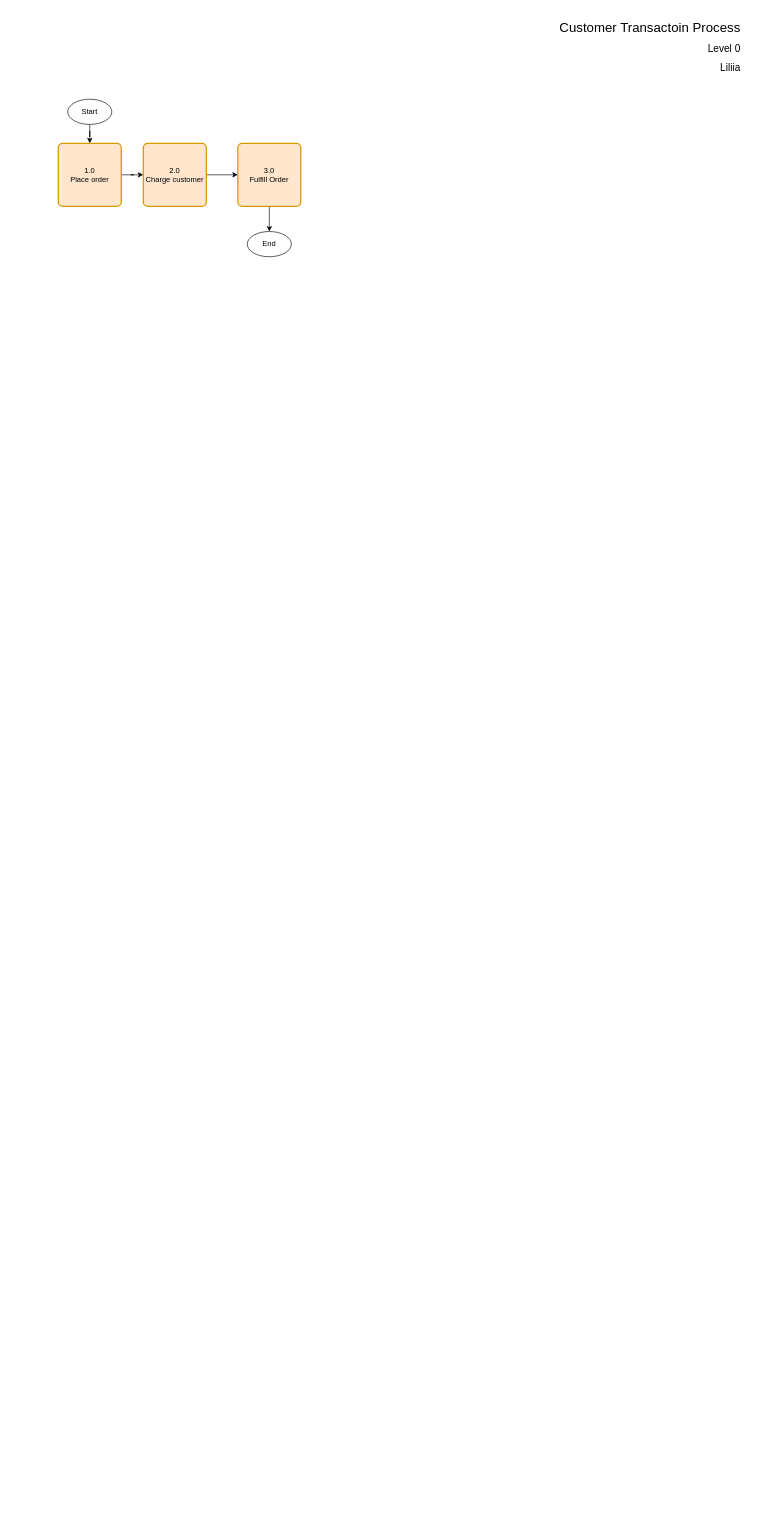
lil971/FirstRepository keeps this draw.io diagram as page "Levels" (1 of 2) of Untitled Diagram_2.drawio. Above is the earlier version. Source tidied: cells renumbered, new cells numbered last; positions are measured from the earlier drawing's top-left corner, leaving out a move shared by most shapes. Both pictures are drawn from the tidied source at 63%, with x=0, y=0 at pixel (23, 11).
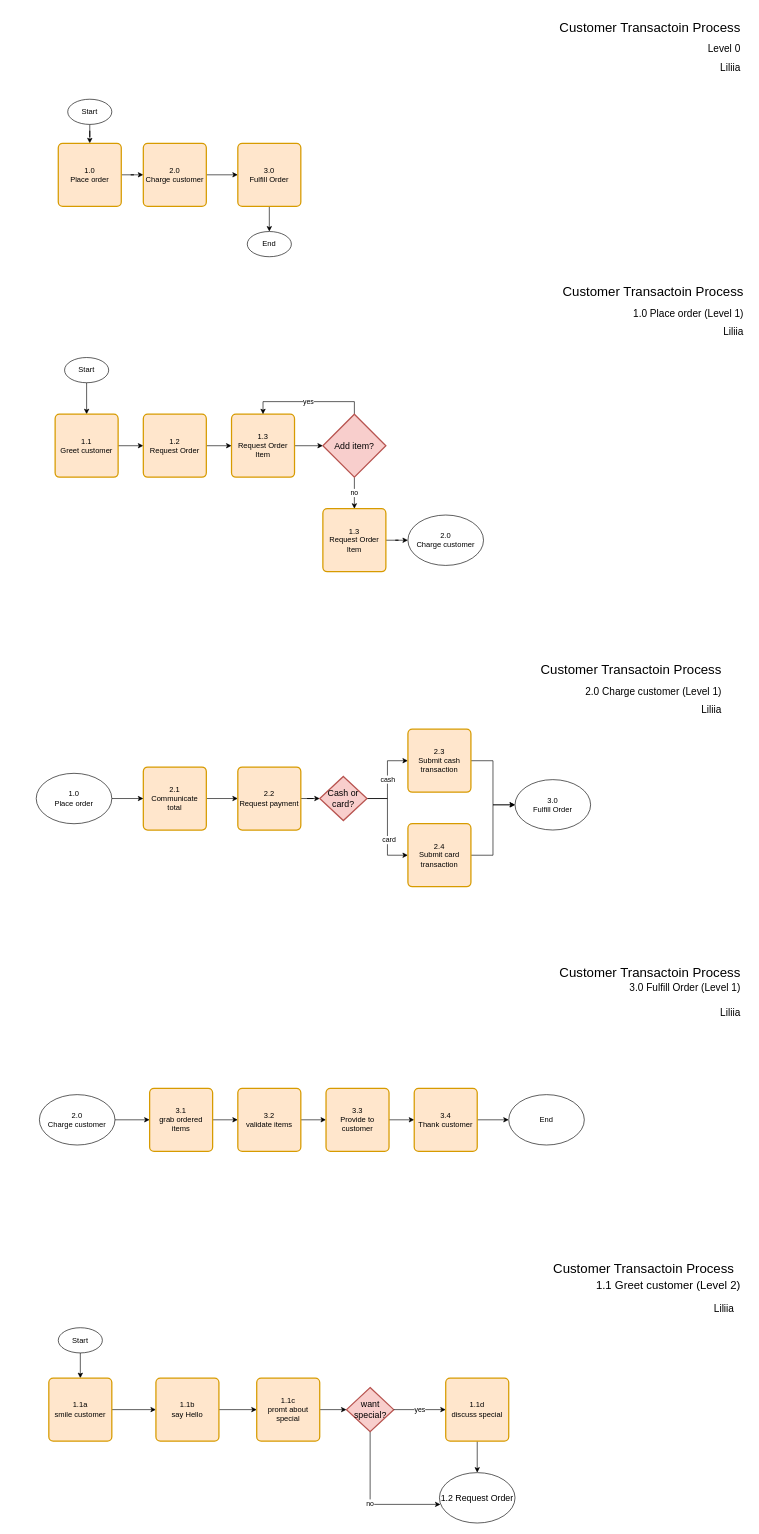
After the change.

Change to the diagram source:
```diff
@@
+    <mxCell id="15" value="&lt;font style=&quot;font-size: 21px&quot;&gt;Customer Transactoin Process&lt;/font&gt;" style="rounded=0;whiteSpace=wrap;html=1;strokeColor=none;fillColor=#FFFFFF;fontSize=12;align=right;" parent="1" vertex="1">
+      <mxGeometry x="15" y="420" width="1130" height="50" as="geometry" />
+    </mxCell>
+    <mxCell id="16" value="&lt;span style=&quot;font-size: 16px&quot;&gt;Liliia&lt;/span&gt;" style="rounded=0;whiteSpace=wrap;html=1;strokeColor=none;fillColor=#FFFFFF;fontSize=12;align=right;" parent="1" vertex="1">
+      <mxGeometry x="25" y="499" width="1120" height="20" as="geometry" />
+    </mxCell>
+    <mxCell id="17" value="&lt;span style=&quot;font-size: 16px&quot;&gt;1.0 Place order&amp;nbsp;&lt;/span&gt;&lt;span style=&quot;font-size: 16px&quot;&gt;(&lt;/span&gt;&lt;span style=&quot;font-size: 16px&quot;&gt;Level 1)&lt;/span&gt;" style="rounded=0;whiteSpace=wrap;html=1;strokeColor=none;fillColor=#FFFFFF;fontSize=12;align=right;" parent="1" vertex="1">
+      <mxGeometry x="25" y="470" width="1120" height="20" as="geometry" />
+    </mxCell>
+    <mxCell id="18" value="&lt;font style=&quot;font-size: 21px&quot;&gt;Customer Transactoin Process&lt;/font&gt;" style="rounded=0;whiteSpace=wrap;html=1;strokeColor=none;fillColor=#FFFFFF;fontSize=12;align=right;" parent="1" vertex="1">
+      <mxGeometry x="-20" y="1020" width="1130" height="50" as="geometry" />
+    </mxCell>
+    <mxCell id="19" value="&lt;span style=&quot;font-size: 16px&quot;&gt;Liliia&lt;/span&gt;" style="rounded=0;whiteSpace=wrap;html=1;strokeColor=none;fillColor=#FFFFFF;fontSize=12;align=right;" parent="1" vertex="1">
+      <mxGeometry x="-10" y="1099" width="1120" height="20" as="geometry" />
+    </mxCell>
+    <mxCell id="20" value="&lt;span style=&quot;font-size: 16px&quot;&gt;2.0 Charge customer&amp;nbsp;&lt;/span&gt;&lt;span style=&quot;font-size: 16px&quot;&gt;(&lt;/span&gt;&lt;span style=&quot;font-size: 16px&quot;&gt;Level 1)&lt;/span&gt;" style="rounded=0;whiteSpace=wrap;html=1;strokeColor=none;fillColor=#FFFFFF;fontSize=12;align=right;" parent="1" vertex="1">
+      <mxGeometry x="-10" y="1070" width="1120" height="20" as="geometry" />
+    </mxCell>
+    <mxCell id="21" style="edgeStyle=orthogonalEdgeStyle;rounded=0;jettySize=auto;html=1;" parent="1" edge="1" source="22" target="43">
+      <mxGeometry relative="1" as="geometry" />
+    </mxCell>
+    <mxCell id="22" value="2.1&lt;br&gt;Communicate total" style="rounded=1;whiteSpace=wrap;html=1;absoluteArcSize=1;arcSize=14;strokeWidth=2;fillColor=#ffe6cc;strokeColor=#d79b00;" parent="1" vertex="1">
+      <mxGeometry x="190" y="1200" width="100" height="100" as="geometry" />
+    </mxCell>
+    <mxCell id="23" style="edgeStyle=orthogonalEdgeStyle;rounded=0;jettySize=auto;html=1;" parent="1" edge="1" source="24" target="26">
+      <mxGeometry relative="1" as="geometry" />
+    </mxCell>
+    <mxCell id="24" value="Start" style="ellipse;whiteSpace=wrap;html=1;" parent="1" vertex="1">
+      <mxGeometry x="65" y="550" width="70" height="40" as="geometry" />
+    </mxCell>
+    <mxCell id="25" style="edgeStyle=orthogonalEdgeStyle;rounded=0;jettySize=auto;html=1;" parent="1" edge="1" source="26" target="28">
+      <mxGeometry relative="1" as="geometry" />
+    </mxCell>
+    <mxCell id="26" value="1.1&lt;br&gt;Greet customer" style="rounded=1;whiteSpace=wrap;html=1;absoluteArcSize=1;arcSize=14;strokeWidth=2;fillColor=#ffe6cc;strokeColor=#d79b00;" parent="1" vertex="1">
+      <mxGeometry x="50" y="640" width="100" height="100" as="geometry" />
+    </mxCell>
+    <mxCell id="27" style="edgeStyle=orthogonalEdgeStyle;rounded=0;jettySize=auto;html=1;" parent="1" edge="1" source="28" target="30">
+      <mxGeometry relative="1" as="geometry" />
+    </mxCell>
+    <mxCell id="28" value="1.2&lt;br&gt;Request Order" style="rounded=1;whiteSpace=wrap;html=1;absoluteArcSize=1;arcSize=14;strokeWidth=2;fillColor=#ffe6cc;strokeColor=#d79b00;" parent="1" vertex="1">
+      <mxGeometry x="190" y="640" width="100" height="100" as="geometry" />
+    </mxCell>
+    <mxCell id="29" style="edgeStyle=orthogonalEdgeStyle;rounded=0;jettySize=auto;html=1;" parent="1" edge="1" source="30" target="36">
+      <mxGeometry relative="1" as="geometry" />
+    </mxCell>
+    <mxCell id="30" value="1.3&lt;br&gt;Request Order Item" style="rounded=1;whiteSpace=wrap;html=1;absoluteArcSize=1;arcSize=14;strokeWidth=2;fillColor=#ffe6cc;strokeColor=#d79b00;" parent="1" vertex="1">
+      <mxGeometry x="330" y="640" width="100" height="100" as="geometry" />
+    </mxCell>
+    <mxCell id="31" value="&lt;span&gt;2.0&lt;/span&gt;&lt;br&gt;&lt;span&gt;Charge customer&lt;/span&gt;" style="ellipse;whiteSpace=wrap;html=1;" parent="1" vertex="1">
+      <mxGeometry x="610" y="800" width="120" height="80" as="geometry" />
+    </mxCell>
+    <mxCell id="32" style="edgeStyle=orthogonalEdgeStyle;rounded=0;jettySize=auto;html=1;" parent="1" edge="1" source="33" target="31">
+      <mxGeometry relative="1" as="geometry" />
+    </mxCell>
+    <mxCell id="33" value="1.3&lt;br&gt;Request Order Item" style="rounded=1;whiteSpace=wrap;html=1;absoluteArcSize=1;arcSize=14;strokeWidth=2;fillColor=#ffe6cc;strokeColor=#d79b00;" parent="1" vertex="1">
+      <mxGeometry x="475" y="790" width="100" height="100" as="geometry" />
+    </mxCell>
+    <mxCell id="34" value="no" style="edgeStyle=orthogonalEdgeStyle;rounded=0;jettySize=auto;html=1;" parent="1" edge="1" source="36" target="33">
+      <mxGeometry relative="1" as="geometry" />
+    </mxCell>
+    <mxCell id="35" value="yes" style="edgeStyle=orthogonalEdgeStyle;rounded=0;jettySize=auto;html=1;entryX=0.5;entryY=0;entryDx=0;entryDy=0;exitX=0.5;exitY=0;exitDx=0;exitDy=0;exitPerimeter=0;" parent="1" edge="1" source="36" target="30">
+      <mxGeometry relative="1" as="geometry" />
+    </mxCell>
+    <mxCell id="36" value="&lt;font style=&quot;font-size: 14px&quot;&gt;Add item?&lt;/font&gt;" style="strokeWidth=2;html=1;shape=mxgraph.flowchart.decision;whiteSpace=wrap;fillColor=#f8cecc;strokeColor=#b85450;" parent="1" vertex="1">
+      <mxGeometry x="475" y="640" width="100" height="100" as="geometry" />
+    </mxCell>
+    <mxCell id="37" value="&lt;font style=&quot;font-size: 21px&quot;&gt;Customer Transactoin Process&lt;/font&gt;" style="rounded=0;whiteSpace=wrap;html=1;strokeColor=none;fillColor=#FFFFFF;fontSize=12;align=right;" parent="1" vertex="1">
+      <mxGeometry x="10" y="1500" width="1130" height="50" as="geometry" />
+    </mxCell>
+    <mxCell id="38" value="&lt;span style=&quot;font-size: 16px&quot;&gt;Liliia&lt;/span&gt;" style="rounded=0;whiteSpace=wrap;html=1;strokeColor=none;fillColor=#FFFFFF;fontSize=12;align=right;" parent="1" vertex="1">
+      <mxGeometry x="20" y="1579" width="1120" height="20" as="geometry" />
+    </mxCell>
+    <mxCell id="39" value="&lt;span style=&quot;font-size: 16px&quot;&gt;3.0 Fulfill Order (&lt;/span&gt;&lt;span style=&quot;font-size: 16px&quot;&gt;Level 1)&lt;/span&gt;&lt;span style=&quot;font-size: 16px&quot;&gt;&lt;br&gt;&amp;nbsp;&lt;/span&gt;" style="rounded=0;whiteSpace=wrap;html=1;strokeColor=none;fillColor=#FFFFFF;fontSize=12;align=right;" parent="1" vertex="1">
+      <mxGeometry x="20" y="1550" width="1120" height="20" as="geometry" />
+    </mxCell>
+    <mxCell id="40" style="edgeStyle=orthogonalEdgeStyle;rounded=0;jettySize=auto;html=1;" parent="1" edge="1" source="41" target="22">
+      <mxGeometry relative="1" as="geometry" />
+    </mxCell>
+    <mxCell id="41" value="1.0&lt;br&gt;Place order" style="ellipse;whiteSpace=wrap;html=1;" parent="1" vertex="1">
+      <mxGeometry x="20" y="1210" width="120" height="80" as="geometry" />
+    </mxCell>
+    <mxCell id="42" style="edgeStyle=orthogonalEdgeStyle;rounded=0;jettySize=auto;html=1;" parent="1" edge="1" source="43" target="47">
+      <mxGeometry relative="1" as="geometry" />
+    </mxCell>
+    <mxCell id="43" value="2.2&lt;br&gt;Request payment" style="rounded=1;whiteSpace=wrap;html=1;absoluteArcSize=1;arcSize=14;strokeWidth=2;fillColor=#ffe6cc;strokeColor=#d79b00;" parent="1" vertex="1">
+      <mxGeometry x="340" y="1200" width="100" height="100" as="geometry" />
+    </mxCell>
+    <mxCell id="44" value="cash" style="edgeStyle=orthogonalEdgeStyle;rounded=0;jettySize=auto;html=1;" parent="1" edge="1" source="47" target="49">
+      <mxGeometry relative="1" as="geometry" />
+    </mxCell>
+    <mxCell id="45" style="edgeStyle=orthogonalEdgeStyle;rounded=0;jettySize=auto;html=1;entryX=0;entryY=0.5;entryDx=0;entryDy=0;" parent="1" edge="1" source="47" target="51">
+      <mxGeometry relative="1" as="geometry" />
+    </mxCell>
+    <mxCell id="46" value="card" style="edgeLabel;html=1;align=center;verticalAlign=middle;" parent="45" vertex="1">
+      <mxGeometry x="0.26" y="2" relative="1" as="geometry" />
+    </mxCell>
+    <mxCell id="47" value="&lt;font style=&quot;font-size: 14px&quot;&gt;Cash or &lt;br&gt;card?&lt;/font&gt;" style="strokeWidth=2;html=1;shape=mxgraph.flowchart.decision;whiteSpace=wrap;fillColor=#f8cecc;strokeColor=#b85450;" parent="1" vertex="1">
+      <mxGeometry x="470" y="1215" width="75" height="70" as="geometry" />
+    </mxCell>
+    <mxCell id="48" style="edgeStyle=orthogonalEdgeStyle;rounded=0;jettySize=auto;html=1;" parent="1" edge="1" source="49" target="52">
+      <mxGeometry relative="1" as="geometry" />
+    </mxCell>
+    <mxCell id="49" value="2.3&lt;br&gt;Submit cash transaction" style="rounded=1;whiteSpace=wrap;html=1;absoluteArcSize=1;arcSize=14;strokeWidth=2;fillColor=#ffe6cc;strokeColor=#d79b00;" parent="1" vertex="1">
+      <mxGeometry x="610" y="1140" width="100" height="100" as="geometry" />
+    </mxCell>
+    <mxCell id="50" style="edgeStyle=orthogonalEdgeStyle;rounded=0;jettySize=auto;html=1;" parent="1" edge="1" source="51" target="52">
+      <mxGeometry relative="1" as="geometry" />
+    </mxCell>
+    <mxCell id="51" value="&lt;span&gt;2.4&lt;br&gt;Submit card transaction&lt;/span&gt;" style="rounded=1;whiteSpace=wrap;html=1;absoluteArcSize=1;arcSize=14;strokeWidth=2;fillColor=#ffe6cc;strokeColor=#d79b00;" parent="1" vertex="1">
+      <mxGeometry x="610" y="1290" width="100" height="100" as="geometry" />
+    </mxCell>
+    <mxCell id="52" value="&lt;span&gt;3.0&lt;/span&gt;&lt;br&gt;&lt;span&gt;Fulfill Order&lt;/span&gt;" style="ellipse;whiteSpace=wrap;html=1;" parent="1" vertex="1">
+      <mxGeometry x="780" y="1220" width="120" height="80" as="geometry" />
+    </mxCell>
+    <mxCell id="53" style="edgeStyle=orthogonalEdgeStyle;rounded=0;jettySize=auto;html=1;" parent="1" edge="1" source="54" target="56">
+      <mxGeometry relative="1" as="geometry" />
+    </mxCell>
+    <mxCell id="54" value="&lt;span&gt;2.0&lt;/span&gt;&lt;br&gt;&lt;span&gt;Charge customer&lt;/span&gt;" style="ellipse;whiteSpace=wrap;html=1;" parent="1" vertex="1">
+      <mxGeometry x="25" y="1720" width="120" height="80" as="geometry" />
+    </mxCell>
+    <mxCell id="55" style="edgeStyle=orthogonalEdgeStyle;rounded=0;jettySize=auto;html=1;" parent="1" edge="1" source="56" target="58">
+      <mxGeometry relative="1" as="geometry" />
+    </mxCell>
+    <mxCell id="56" value="3.1&lt;br&gt;grab ordered items" style="rounded=1;whiteSpace=wrap;html=1;absoluteArcSize=1;arcSize=14;strokeWidth=2;fillColor=#ffe6cc;strokeColor=#d79b00;" parent="1" vertex="1">
+      <mxGeometry x="200" y="1710" width="100" height="100" as="geometry" />
+    </mxCell>
+    <mxCell id="57" style="edgeStyle=orthogonalEdgeStyle;rounded=0;jettySize=auto;html=1;" parent="1" edge="1" source="58" target="60">
+      <mxGeometry relative="1" as="geometry" />
+    </mxCell>
+    <mxCell id="58" value="3.2&lt;br&gt;validate items" style="rounded=1;whiteSpace=wrap;html=1;absoluteArcSize=1;arcSize=14;strokeWidth=2;fillColor=#ffe6cc;strokeColor=#d79b00;" parent="1" vertex="1">
+      <mxGeometry x="340" y="1710" width="100" height="100" as="geometry" />
+    </mxCell>
+    <mxCell id="59" style="edgeStyle=orthogonalEdgeStyle;rounded=0;jettySize=auto;html=1;" parent="1" edge="1" source="60" target="62">
+      <mxGeometry relative="1" as="geometry" />
+    </mxCell>
+    <mxCell id="60" value="3.3&lt;br&gt;Provide to customer" style="rounded=1;whiteSpace=wrap;html=1;absoluteArcSize=1;arcSize=14;strokeWidth=2;fillColor=#ffe6cc;strokeColor=#d79b00;" parent="1" vertex="1">
+      <mxGeometry x="480" y="1710" width="100" height="100" as="geometry" />
+    </mxCell>
+    <mxCell id="61" style="edgeStyle=orthogonalEdgeStyle;rounded=0;jettySize=auto;html=1;" parent="1" edge="1" source="62" target="63">
+      <mxGeometry relative="1" as="geometry" />
+    </mxCell>
+    <mxCell id="62" value="3.4&lt;br&gt;Thank customer" style="rounded=1;whiteSpace=wrap;html=1;absoluteArcSize=1;arcSize=14;strokeWidth=2;fillColor=#ffe6cc;strokeColor=#d79b00;" parent="1" vertex="1">
+      <mxGeometry x="620" y="1710" width="100" height="100" as="geometry" />
+    </mxCell>
+    <mxCell id="63" value="End" style="ellipse;whiteSpace=wrap;html=1;" parent="1" vertex="1">
+      <mxGeometry x="770" y="1720" width="120" height="80" as="geometry" />
+    </mxCell>
+    <mxCell id="64" value="&lt;font style=&quot;font-size: 21px&quot;&gt;Customer Transactoin Process&lt;/font&gt;" style="rounded=0;whiteSpace=wrap;html=1;strokeColor=none;fillColor=#FFFFFF;fontSize=12;align=right;" parent="1" vertex="1">
+      <mxGeometry y="1970" width="1130" height="50" as="geometry" />
+    </mxCell>
+    <mxCell id="65" value="&lt;span style=&quot;font-size: 16px&quot;&gt;Liliia&lt;/span&gt;" style="rounded=0;whiteSpace=wrap;html=1;strokeColor=none;fillColor=#FFFFFF;fontSize=12;align=right;" parent="1" vertex="1">
+      <mxGeometry x="10" y="2049" width="1120" height="20" as="geometry" />
+    </mxCell>
+    <mxCell id="66" value="&lt;font style=&quot;font-size: 18px&quot;&gt;&amp;nbsp;&lt;span style=&quot;text-align: center&quot;&gt;1.1&amp;nbsp;&lt;/span&gt;&lt;span style=&quot;text-align: center&quot;&gt;Greet customer&amp;nbsp;&lt;/span&gt;(Level 2)&lt;br&gt;&amp;nbsp;&lt;/font&gt;" style="rounded=0;whiteSpace=wrap;html=1;strokeColor=none;fillColor=#FFFFFF;fontSize=12;align=right;" parent="1" vertex="1">
+      <mxGeometry x="20" y="2019" width="1120" height="30" as="geometry" />
+    </mxCell>
+    <mxCell id="67" value="&lt;font style=&quot;font-size: 14px&quot;&gt;&lt;span&gt;1.2&amp;nbsp;&lt;/span&gt;&lt;span&gt;Request Order&lt;/span&gt;&lt;/font&gt;" style="ellipse;whiteSpace=wrap;html=1;" parent="1" vertex="1">
+      <mxGeometry x="660" y="2320" width="120" height="80" as="geometry" />
+    </mxCell>
+    <mxCell id="68" style="edgeStyle=orthogonalEdgeStyle;rounded=0;jettySize=auto;html=1;" parent="1" edge="1" source="69" target="71">
+      <mxGeometry relative="1" as="geometry" />
+    </mxCell>
+    <mxCell id="69" value="Start" style="ellipse;whiteSpace=wrap;html=1;" parent="1" vertex="1">
+      <mxGeometry x="55" y="2090" width="70" height="40" as="geometry" />
+    </mxCell>
+    <mxCell id="70" style="edgeStyle=orthogonalEdgeStyle;rounded=0;jettySize=auto;html=1;" parent="1" edge="1" source="71" target="73">
+      <mxGeometry relative="1" as="geometry" />
+    </mxCell>
+    <mxCell id="71" value="1.1a&lt;br&gt;smile customer" style="rounded=1;whiteSpace=wrap;html=1;absoluteArcSize=1;arcSize=14;strokeWidth=2;fillColor=#ffe6cc;strokeColor=#d79b00;" parent="1" vertex="1">
+      <mxGeometry x="40" y="2170" width="100" height="100" as="geometry" />
+    </mxCell>
+    <mxCell id="72" style="edgeStyle=orthogonalEdgeStyle;rounded=0;jettySize=auto;html=1;" parent="1" edge="1" source="73" target="75">
+      <mxGeometry relative="1" as="geometry" />
+    </mxCell>
+    <mxCell id="73" value="1.1b&lt;br&gt;say Hello" style="rounded=1;whiteSpace=wrap;html=1;absoluteArcSize=1;arcSize=14;strokeWidth=2;fillColor=#ffe6cc;strokeColor=#d79b00;" parent="1" vertex="1">
+      <mxGeometry x="210" y="2170" width="100" height="100" as="geometry" />
+    </mxCell>
+    <mxCell id="74" style="edgeStyle=orthogonalEdgeStyle;rounded=0;jettySize=auto;html=1;" parent="1" edge="1" source="75" target="77">
+      <mxGeometry relative="1" as="geometry" />
+    </mxCell>
+    <mxCell id="75" value="1.1c &lt;br&gt;promt about special" style="rounded=1;whiteSpace=wrap;html=1;absoluteArcSize=1;arcSize=14;strokeWidth=2;fillColor=#ffe6cc;strokeColor=#d79b00;" parent="1" vertex="1">
+      <mxGeometry x="370" y="2170" width="100" height="100" as="geometry" />
+    </mxCell>
+    <mxCell id="76" value="no" style="edgeStyle=orthogonalEdgeStyle;rounded=0;jettySize=auto;html=1;entryX=0.014;entryY=0.63;entryDx=0;entryDy=0;entryPerimeter=0;" parent="1" edge="1" source="77" target="67">
+      <mxGeometry relative="1" as="geometry">
+        <Array as="points">
+          <mxPoint x="550" y="2370" />
+        </Array>
+      </mxGeometry>
+    </mxCell>
+    <mxCell id="77" value="&lt;span style=&quot;font-size: 14px&quot;&gt;want special?&lt;/span&gt;" style="strokeWidth=2;html=1;shape=mxgraph.flowchart.decision;whiteSpace=wrap;fillColor=#f8cecc;strokeColor=#b85450;" parent="1" vertex="1">
+      <mxGeometry x="512.5" y="2185" width="75" height="70" as="geometry" />
+    </mxCell>
+    <mxCell id="78" style="edgeStyle=orthogonalEdgeStyle;rounded=0;jettySize=auto;html=1;" parent="1" edge="1" source="79" target="67">
+      <mxGeometry relative="1" as="geometry" />
+    </mxCell>
+    <mxCell id="79" value="1.1d&lt;br&gt;discuss special" style="rounded=1;whiteSpace=wrap;html=1;absoluteArcSize=1;arcSize=14;strokeWidth=2;fillColor=#ffe6cc;strokeColor=#d79b00;" parent="1" vertex="1">
+      <mxGeometry x="670" y="2170" width="100" height="100" as="geometry" />
+    </mxCell>
+    <mxCell id="80" value="yes" style="edgeStyle=orthogonalEdgeStyle;rounded=0;jettySize=auto;html=1;" parent="1" edge="1" source="77" target="79">
+      <mxGeometry relative="1" as="geometry" />
+    </mxCell>
```
